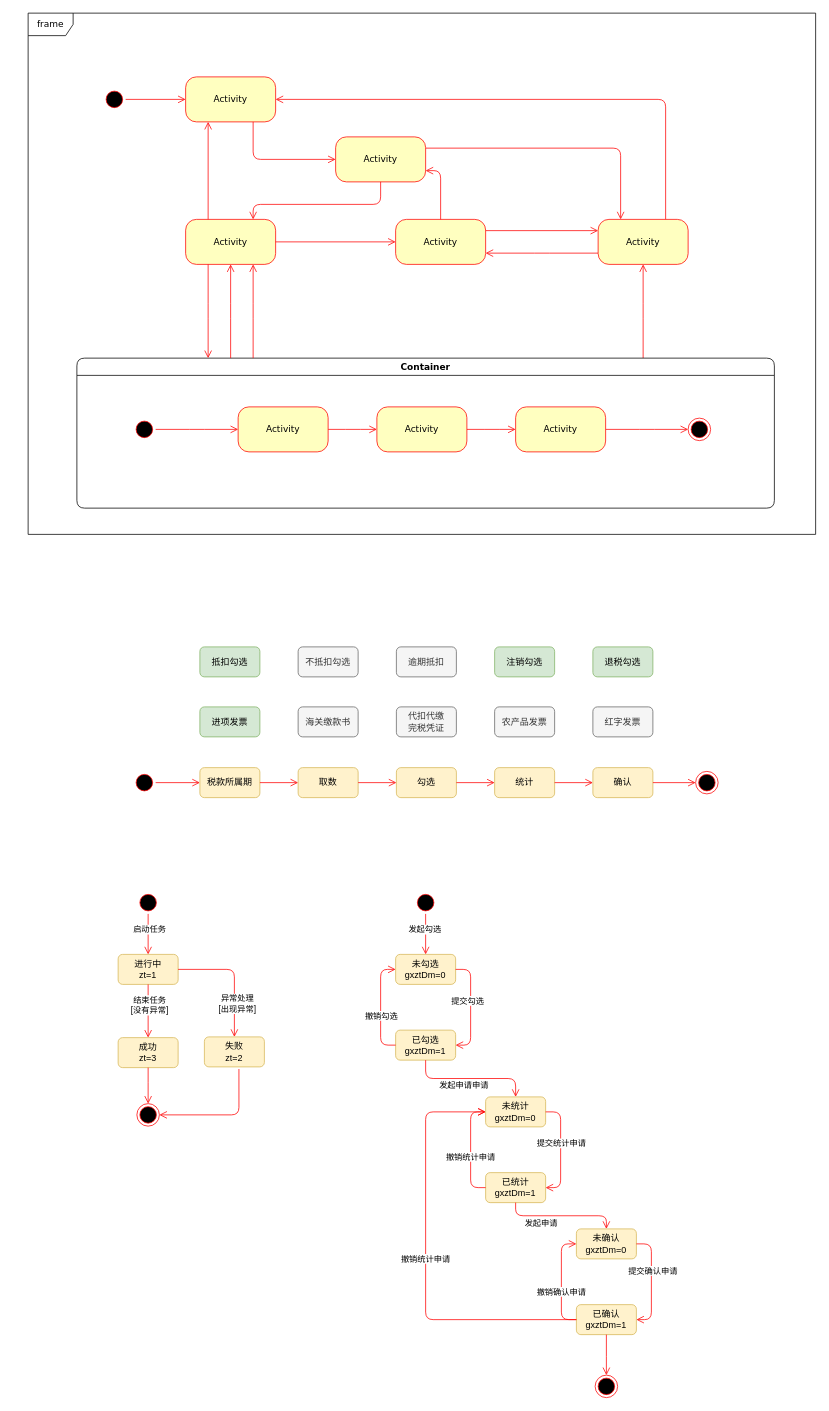
Above: 发票认证整体.drawio in xingzhihe/hello-world (draw.io), before the change. Source tidied: cells renumbered, new cells numbered last; positions are measured from the earlier drawing's top-left corner, leaving out a move shared by most shapes. Both pictures are drawn from the tidied source at 75%, with x=0, y=0 at pixel (28, 13).
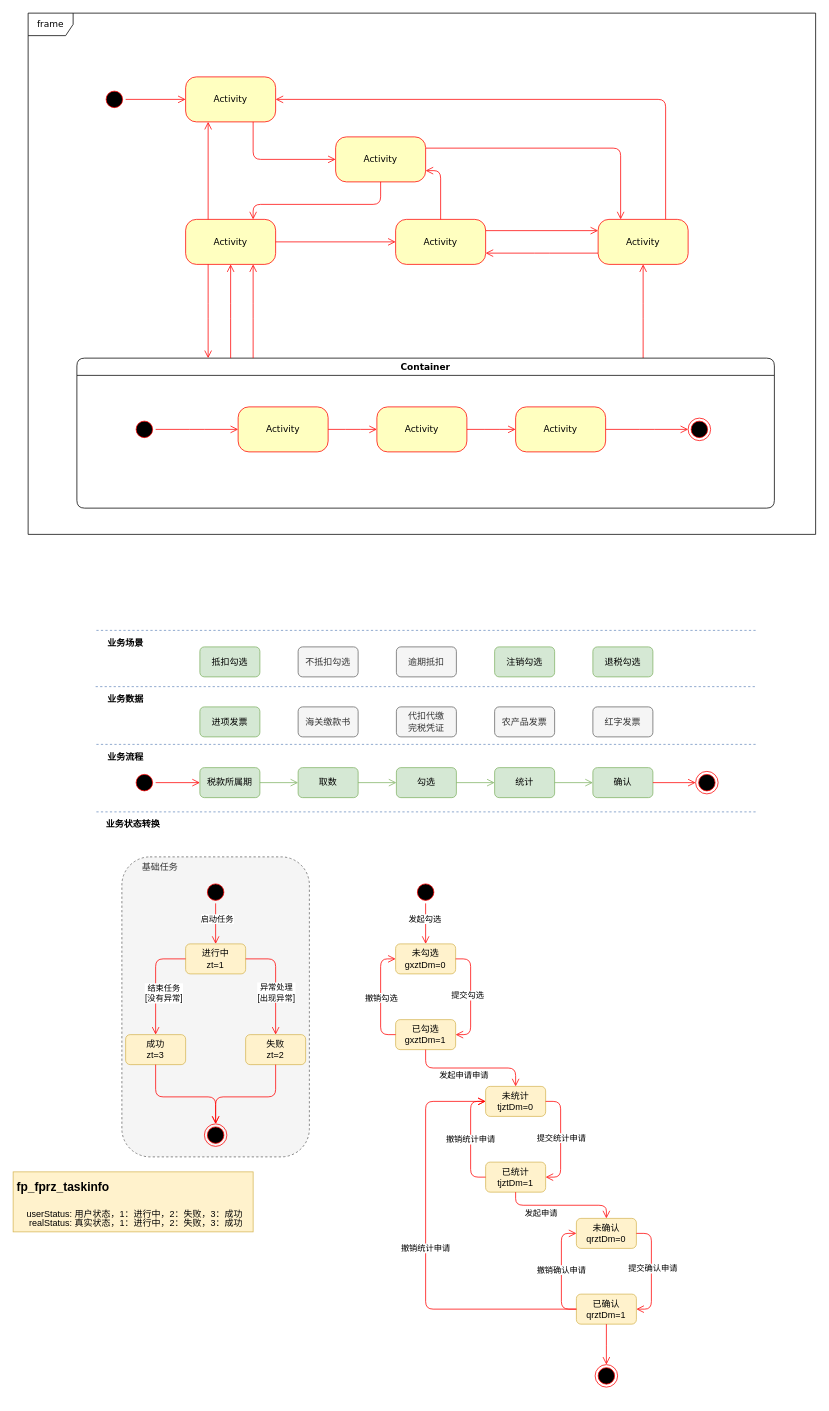
The same page after the edit.

Commit message:
更新发票认证整体.drawio

Change to the diagram source:
```diff
@@
+    <mxCell id="98" value="基础任务" style="rounded=1;whiteSpace=wrap;html=1;dashed=1;verticalAlign=top;align=left;spacingLeft=25;fillColor=#f5f5f5;strokeColor=#666666;fontColor=#333333;" parent="1" vertex="1">
+      <mxGeometry x="125" y="1125" width="250" height="400" as="geometry" />
+    </mxCell>
@@
-    <mxCell id="38" value="税款所属期" style="rounded=1;whiteSpace=wrap;html=1;fillColor=#fff2cc;strokeColor=#d6b656;" parent="1" vertex="1">
+    <mxCell id="38" value="税款所属期" style="rounded=1;whiteSpace=wrap;html=1;fillColor=#d5e8d4;strokeColor=#82b366;" parent="1" vertex="1">
       <mxGeometry x="229" y="1006" width="80" height="40" as="geometry" />
     </mxCell>
-    <mxCell id="39" value="取数" style="rounded=1;whiteSpace=wrap;html=1;fillColor=#fff2cc;strokeColor=#d6b656;" parent="1" vertex="1">
+    <mxCell id="39" value="取数" style="rounded=1;whiteSpace=wrap;html=1;fillColor=#d5e8d4;strokeColor=#82b366;" parent="1" vertex="1">
       <mxGeometry x="360" y="1006" width="80" height="40" as="geometry" />
     </mxCell>
-    <mxCell id="40" value="勾选" style="rounded=1;whiteSpace=wrap;html=1;fillColor=#fff2cc;strokeColor=#d6b656;" parent="1" vertex="1">
+    <mxCell id="40" value="勾选" style="rounded=1;whiteSpace=wrap;html=1;fillColor=#d5e8d4;strokeColor=#82b366;" parent="1" vertex="1">
       <mxGeometry x="491" y="1006" width="80" height="40" as="geometry" />
     </mxCell>
-    <mxCell id="41" value="统计" style="rounded=1;whiteSpace=wrap;html=1;fillColor=#fff2cc;strokeColor=#d6b656;" parent="1" vertex="1">
+    <mxCell id="41" value="统计" style="rounded=1;whiteSpace=wrap;html=1;fillColor=#d5e8d4;strokeColor=#82b366;" parent="1" vertex="1">
       <mxGeometry x="622" y="1006" width="80" height="40" as="geometry" />
     </mxCell>
-    <mxCell id="42" value="确认" style="rounded=1;whiteSpace=wrap;html=1;fillColor=#fff2cc;strokeColor=#d6b656;" parent="1" vertex="1">
+    <mxCell id="42" value="确认" style="rounded=1;whiteSpace=wrap;html=1;fillColor=#d5e8d4;strokeColor=#82b366;" parent="1" vertex="1">
       <mxGeometry x="753" y="1006" width="80" height="40" as="geometry" />
     </mxCell>
@@
-    <mxCell id="46" style="edgeStyle=orthogonalEdgeStyle;html=1;verticalAlign=bottom;endArrow=open;endSize=8;strokeColor=#ff0000;rounded=0;entryX=0;entryY=0.5;entryDx=0;entryDy=0;exitX=1;exitY=0.5;exitDx=0;exitDy=0;" parent="1" edge="1" source="38" target="39">
+    <mxCell id="46" style="edgeStyle=orthogonalEdgeStyle;html=1;verticalAlign=bottom;endArrow=open;endSize=8;strokeColor=#82b366;rounded=0;entryX=0;entryY=0.5;entryDx=0;entryDy=0;exitX=1;exitY=0.5;exitDx=0;exitDy=0;fillColor=#d5e8d4;" parent="1" edge="1" source="38" target="39">
       <mxGeometry relative="1" as="geometry" />
     </mxCell>
-    <mxCell id="47" style="edgeStyle=orthogonalEdgeStyle;html=1;verticalAlign=bottom;endArrow=open;endSize=8;strokeColor=#ff0000;rounded=0;entryX=0;entryY=0.5;entryDx=0;entryDy=0;exitX=1;exitY=0.5;exitDx=0;exitDy=0;" parent="1" edge="1" source="39" target="40">
+    <mxCell id="47" style="edgeStyle=orthogonalEdgeStyle;html=1;verticalAlign=bottom;endArrow=open;endSize=8;strokeColor=#82b366;rounded=0;entryX=0;entryY=0.5;entryDx=0;entryDy=0;exitX=1;exitY=0.5;exitDx=0;exitDy=0;fillColor=#d5e8d4;" parent="1" edge="1" source="39" target="40">
       <mxGeometry relative="1" as="geometry" />
     </mxCell>
-    <mxCell id="48" style="edgeStyle=orthogonalEdgeStyle;html=1;verticalAlign=bottom;endArrow=open;endSize=8;strokeColor=#ff0000;rounded=0;entryX=0;entryY=0.5;entryDx=0;entryDy=0;exitX=1;exitY=0.5;exitDx=0;exitDy=0;" parent="1" edge="1" source="40" target="41">
+    <mxCell id="48" style="edgeStyle=orthogonalEdgeStyle;html=1;verticalAlign=bottom;endArrow=open;endSize=8;strokeColor=#82b366;rounded=0;entryX=0;entryY=0.5;entryDx=0;entryDy=0;exitX=1;exitY=0.5;exitDx=0;exitDy=0;fillColor=#d5e8d4;" parent="1" edge="1" source="40" target="41">
       <mxGeometry relative="1" as="geometry" />
     </mxCell>
-    <mxCell id="49" style="edgeStyle=orthogonalEdgeStyle;html=1;verticalAlign=bottom;endArrow=open;endSize=8;strokeColor=#ff0000;rounded=0;entryX=0;entryY=0.5;entryDx=0;entryDy=0;exitX=1;exitY=0.5;exitDx=0;exitDy=0;" parent="1" edge="1" source="41" target="42">
+    <mxCell id="49" style="edgeStyle=orthogonalEdgeStyle;html=1;verticalAlign=bottom;endArrow=open;endSize=8;strokeColor=#82b366;rounded=0;entryX=0;entryY=0.5;entryDx=0;entryDy=0;exitX=1;exitY=0.5;exitDx=0;exitDy=0;fillColor=#d5e8d4;" parent="1" edge="1" source="41" target="42">
       <mxGeometry relative="1" as="geometry" />
     </mxCell>
@@
     <mxCell id="56" value="进行中&lt;br&gt;zt=1" style="rounded=1;whiteSpace=wrap;html=1;fillColor=#fff2cc;strokeColor=#d6b656;" parent="1" vertex="1">
-      <mxGeometry x="120" y="1255" width="80" height="40" as="geometry" />
+      <mxGeometry x="210" y="1241" width="80" height="40" as="geometry" />
     </mxCell>
     <mxCell id="57" value="成功&lt;br&gt;zt=3" style="rounded=1;whiteSpace=wrap;html=1;fillColor=#fff2cc;strokeColor=#d6b656;" parent="1" vertex="1">
-      <mxGeometry x="120" y="1366" width="80" height="40" as="geometry" />
+      <mxGeometry x="130" y="1362" width="80" height="40" as="geometry" />
     </mxCell>
     <mxCell id="58" value="失败&lt;br&gt;zt=2" style="rounded=1;whiteSpace=wrap;html=1;fillColor=#fff2cc;strokeColor=#d6b656;" parent="1" vertex="1">
-      <mxGeometry x="235" y="1365" width="80" height="40" as="geometry" />
+      <mxGeometry x="290" y="1362" width="80" height="40" as="geometry" />
     </mxCell>
     <mxCell id="59" style="ellipse;html=1;shape=endState;fillColor=#000000;strokeColor=#ff0000;" parent="1" vertex="1">
-      <mxGeometry x="145" y="1454" width="30" height="30" as="geometry" />
+      <mxGeometry x="235" y="1481" width="30" height="30" as="geometry" />
     </mxCell>
     <mxCell id="60" style="ellipse;html=1;shape=startState;fillColor=#000000;strokeColor=#ff0000;" parent="1" vertex="1">
-      <mxGeometry x="145" y="1171" width="30" height="30" as="geometry" />
+      <mxGeometry x="235" y="1157" width="30" height="30" as="geometry" />
     </mxCell>
@@
-    <mxCell id="63" style="edgeStyle=orthogonalEdgeStyle;html=1;verticalAlign=bottom;endArrow=open;endSize=8;strokeColor=#ff0000;rounded=0;entryX=0.5;entryY=0;entryDx=0;entryDy=0;exitX=0.5;exitY=1;exitDx=0;exitDy=0;" parent="1" edge="1" source="56" target="57">
+    <mxCell id="63" style="edgeStyle=orthogonalEdgeStyle;html=1;verticalAlign=bottom;endArrow=open;endSize=8;strokeColor=#ff0000;rounded=1;entryX=0.5;entryY=0;entryDx=0;entryDy=0;exitX=0;exitY=0.5;exitDx=0;exitDy=0;" parent="1" edge="1" source="56" target="57">
       <mxGeometry relative="1" as="geometry">
         <Array as="points">
-          <mxPoint x="160" y="1335" />
-          <mxPoint x="160" y="1335" />
+          <mxPoint x="170" y="1261" />
         </Array>
       </mxGeometry>
     </mxCell>
     <mxCell id="64" value="结束任务&lt;br&gt;[没有异常]" style="edgeLabel;html=1;align=center;verticalAlign=middle;" parent="63" vertex="1">
-      <mxGeometry x="-0.24" y="1" relative="1" as="geometry" />
+      <mxGeometry x="-0.24" y="1" relative="1" as="geometry">
+        <mxPoint x="9" y="31" as="offset" />
+      </mxGeometry>
     </mxCell>
-    <mxCell id="65" style="edgeStyle=orthogonalEdgeStyle;html=1;verticalAlign=bottom;endArrow=open;endSize=8;strokeColor=#ff0000;rounded=0;entryX=0.5;entryY=0;entryDx=0;entryDy=0;exitX=0.5;exitY=1;exitDx=0;exitDy=0;" parent="1" edge="1" source="57" target="59">
+    <mxCell id="65" style="edgeStyle=orthogonalEdgeStyle;html=1;verticalAlign=bottom;endArrow=open;endSize=8;strokeColor=#ff0000;rounded=1;entryX=0.5;entryY=0;entryDx=0;entryDy=0;exitX=0.5;exitY=1;exitDx=0;exitDy=0;" parent="1" edge="1" source="57" target="59">
       <mxGeometry relative="1" as="geometry">
         <Array as="points">
-          <mxPoint x="160" y="1426" />
-          <mxPoint x="160" y="1426" />
+          <mxPoint x="170" y="1445" />
+          <mxPoint x="250" y="1445" />
         </Array>
       </mxGeometry>
     </mxCell>
-    <mxCell id="66" style="edgeStyle=orthogonalEdgeStyle;html=1;entryX=0.5;entryY=0;labelBackgroundColor=none;endArrow=open;endSize=8;strokeColor=#ff0000;fontFamily=Verdana;fontSize=12;align=left;exitX=1;exitY=0.5;exitDx=0;exitDy=0;entryDx=0;entryDy=0;" parent="1" edge="1" source="56" target="58">
+    <mxCell id="66" style="edgeStyle=orthogonalEdgeStyle;html=1;labelBackgroundColor=none;endArrow=open;endSize=8;strokeColor=#ff0000;fontFamily=Verdana;fontSize=12;align=left;exitX=1;exitY=0.5;exitDx=0;exitDy=0;entryX=0.5;entryY=0;entryDx=0;entryDy=0;" parent="1" edge="1" source="56" target="58">
       <mxGeometry relative="1" as="geometry">
         <Array as="points">
-          <mxPoint x="275" y="1275" />
+          <mxPoint x="330" y="1261" />
         </Array>
       </mxGeometry>
     </mxCell>
     <mxCell id="67" value="异常处理&lt;br&gt;[出现异常]" style="edgeLabel;html=1;align=center;verticalAlign=middle;" parent="66" vertex="1">
-      <mxGeometry x="0.45" y="3" relative="1" as="geometry" />
+      <mxGeometry x="0.45" y="3" relative="1" as="geometry">
+        <mxPoint x="-3" y="-18" as="offset" />
+      </mxGeometry>
     </mxCell>
-    <mxCell id="68" style="edgeStyle=orthogonalEdgeStyle;html=1;verticalAlign=bottom;endArrow=open;endSize=8;strokeColor=#ff0000;rounded=1;entryX=1;entryY=0.5;entryDx=0;entryDy=0;exitX=0.576;exitY=1.07;exitDx=0;exitDy=0;exitPerimeter=0;" parent="1" edge="1" source="58" target="59">
+    <mxCell id="68" style="edgeStyle=orthogonalEdgeStyle;html=1;verticalAlign=bottom;endArrow=open;endSize=8;strokeColor=#ff0000;rounded=1;entryX=0.5;entryY=0;entryDx=0;entryDy=0;exitX=0.5;exitY=1;exitDx=0;exitDy=0;" parent="1" edge="1" source="58" target="59">
       <mxGeometry relative="1" as="geometry">
         <Array as="points">
-          <mxPoint x="281" y="1469" />
+          <mxPoint x="330" y="1445" />
+          <mxPoint x="250" y="1445" />
         </Array>
       </mxGeometry>
     </mxCell>
     <mxCell id="69" value="未勾选&lt;br&gt;gxztDm=0" style="rounded=1;whiteSpace=wrap;html=1;fillColor=#fff2cc;strokeColor=#d6b656;" parent="1" vertex="1">
-      <mxGeometry x="490" y="1255" width="80" height="40" as="geometry" />
+      <mxGeometry x="490" y="1241" width="80" height="40" as="geometry" />
     </mxCell>
     <mxCell id="70" value="已勾选&lt;br&gt;gxztDm=1" style="rounded=1;whiteSpace=wrap;html=1;fillColor=#fff2cc;strokeColor=#d6b656;" parent="1" vertex="1">
-      <mxGeometry x="490" y="1356" width="80" height="40" as="geometry" />
+      <mxGeometry x="490" y="1342" width="80" height="40" as="geometry" />
     </mxCell>
     <mxCell id="71" style="ellipse;html=1;shape=startState;fillColor=#000000;strokeColor=#ff0000;" parent="1" vertex="1">
-      <mxGeometry x="515" y="1171" width="30" height="30" as="geometry" />
+      <mxGeometry x="515" y="1157" width="30" height="30" as="geometry" />
     </mxCell>
@@
     <mxCell id="74" style="edgeStyle=orthogonalEdgeStyle;html=1;verticalAlign=bottom;endArrow=open;endSize=8;strokeColor=#ff0000;rounded=1;entryX=1;entryY=0.5;entryDx=0;entryDy=0;exitX=1;exitY=0.5;exitDx=0;exitDy=0;" parent="1" edge="1" source="69" target="70">
       <mxGeometry relative="1" as="geometry">
         <Array as="points">
-          <mxPoint x="590" y="1275" />
-          <mxPoint x="590" y="1376" />
+          <mxPoint x="590" y="1261" />
+          <mxPoint x="590" y="1362" />
         </Array>
       </mxGeometry>
     </mxCell>
     <mxCell id="75" value="提交勾选" style="edgeLabel;html=1;align=center;verticalAlign=middle;" parent="74" vertex="1">
       <mxGeometry x="0.06" y="1" relative="1" as="geometry">
-        <mxPoint x="-6" y="-14" as="offset" />
+        <mxPoint x="-6" y="-7" as="offset" />
       </mxGeometry>
     </mxCell>
     <mxCell id="76" style="edgeStyle=orthogonalEdgeStyle;html=1;verticalAlign=bottom;endArrow=open;endSize=8;strokeColor=#ff0000;rounded=1;entryX=0;entryY=0.5;entryDx=0;entryDy=0;exitX=0;exitY=0.5;exitDx=0;exitDy=0;" parent="1" edge="1" source="70" target="69">
       <mxGeometry relative="1" as="geometry">
         <Array as="points">
-          <mxPoint x="470" y="1376" />
-          <mxPoint x="470" y="1275" />
+          <mxPoint x="470" y="1362" />
+          <mxPoint x="470" y="1261" />
         </Array>
       </mxGeometry>
     </mxCell>
     <mxCell id="77" value="撤销勾选" style="edgeLabel;html=1;align=center;verticalAlign=middle;" parent="76" vertex="1">
       <mxGeometry x="0.06" y="1" relative="1" as="geometry">
-        <mxPoint x="1" y="15" as="offset" />
+        <mxPoint x="1" y="5" as="offset" />
       </mxGeometry>
     </mxCell>
-    <mxCell id="78" value="未统计&lt;br&gt;gxztDm=0" style="rounded=1;whiteSpace=wrap;html=1;fillColor=#fff2cc;strokeColor=#d6b656;" parent="1" vertex="1">
-      <mxGeometry x="610" y="1445" width="80" height="40" as="geometry" />
+    <mxCell id="78" value="未统计&lt;br&gt;tjztDm=0" style="rounded=1;whiteSpace=wrap;html=1;fillColor=#fff2cc;strokeColor=#d6b656;" parent="1" vertex="1">
+      <mxGeometry x="610" y="1431" width="80" height="40" as="geometry" />
     </mxCell>
-    <mxCell id="79" value="已统计&lt;br&gt;gxztDm=1" style="rounded=1;whiteSpace=wrap;html=1;fillColor=#fff2cc;strokeColor=#d6b656;" parent="1" vertex="1">
-      <mxGeometry x="610" y="1546" width="80" height="40" as="geometry" />
+    <mxCell id="79" value="已统计&lt;br&gt;tjztDm=1" style="rounded=1;whiteSpace=wrap;html=1;fillColor=#fff2cc;strokeColor=#d6b656;" parent="1" vertex="1">
+      <mxGeometry x="610" y="1532" width="80" height="40" as="geometry" />
     </mxCell>
@@
     <mxCell id="82" style="edgeStyle=orthogonalEdgeStyle;html=1;verticalAlign=bottom;endArrow=open;endSize=8;strokeColor=#ff0000;rounded=1;exitX=0;exitY=0.5;exitDx=0;exitDy=0;entryX=0;entryY=0.5;entryDx=0;entryDy=0;" parent="1" edge="1" source="79" target="78">
       <mxGeometry relative="1" as="geometry">
         <Array as="points">
-          <mxPoint x="590" y="1566" />
-          <mxPoint x="590" y="1465" />
+          <mxPoint x="590" y="1552" />
+          <mxPoint x="590" y="1451" />
         </Array>
       </mxGeometry>
     </mxCell>
     <mxCell id="83" value="撤销统计申请" style="edgeLabel;html=1;align=center;verticalAlign=middle;" parent="82" vertex="1">
       <mxGeometry x="0.06" y="1" relative="1" as="geometry">
-        <mxPoint y="13" as="offset" />
+        <mxPoint y="4" as="offset" />
       </mxGeometry>
     </mxCell>
     <mxCell id="84" style="edgeStyle=orthogonalEdgeStyle;html=1;verticalAlign=bottom;endArrow=open;endSize=8;strokeColor=#ff0000;rounded=1;entryX=1;entryY=0.5;entryDx=0;entryDy=0;exitX=1;exitY=0.5;exitDx=0;exitDy=0;" parent="1" edge="1" source="78" target="79">
       <mxGeometry relative="1" as="geometry">
         <Array as="points">
-          <mxPoint x="710" y="1465" />
-          <mxPoint x="710" y="1566" />
+          <mxPoint x="710" y="1451" />
+          <mxPoint x="710" y="1552" />
         </Array>
       </mxGeometry>
     </mxCell>
     <mxCell id="85" value="提交统计申请" style="edgeLabel;html=1;align=center;verticalAlign=middle;" parent="84" vertex="1">
       <mxGeometry x="0.06" y="1" relative="1" as="geometry">
-        <mxPoint x="-1" y="-14" as="offset" />
+        <mxPoint x="-1" y="-7" as="offset" />
       </mxGeometry>
     </mxCell>
-    <mxCell id="86" value="未确认&lt;br&gt;gxztDm=0" style="rounded=1;whiteSpace=wrap;html=1;fillColor=#fff2cc;strokeColor=#d6b656;" parent="1" vertex="1">
-      <mxGeometry x="731" y="1621" width="80" height="40" as="geometry" />
+    <mxCell id="86" value="未确认&lt;br&gt;qrztDm=0" style="rounded=1;whiteSpace=wrap;html=1;fillColor=#fff2cc;strokeColor=#d6b656;" parent="1" vertex="1">
+      <mxGeometry x="731" y="1607" width="80" height="40" as="geometry" />
     </mxCell>
-    <mxCell id="87" value="已确认&lt;br&gt;gxztDm=1" style="rounded=1;whiteSpace=wrap;html=1;fillColor=#fff2cc;strokeColor=#d6b656;" parent="1" vertex="1">
-      <mxGeometry x="731" y="1722" width="80" height="40" as="geometry" />
+    <mxCell id="87" value="已确认&lt;br&gt;qrztDm=1" style="rounded=1;whiteSpace=wrap;html=1;fillColor=#fff2cc;strokeColor=#d6b656;" parent="1" vertex="1">
+      <mxGeometry x="731" y="1708" width="80" height="40" as="geometry" />
     </mxCell>
     <mxCell id="88" style="ellipse;html=1;shape=endState;fillColor=#000000;strokeColor=#ff0000;" parent="1" vertex="1">
-      <mxGeometry x="756" y="1816" width="30" height="30" as="geometry" />
+      <mxGeometry x="756" y="1802" width="30" height="30" as="geometry" />
     </mxCell>
@@
     <mxCell id="91" style="edgeStyle=orthogonalEdgeStyle;html=1;verticalAlign=bottom;endArrow=open;endSize=8;strokeColor=#ff0000;rounded=1;exitX=0;exitY=0.5;exitDx=0;exitDy=0;entryX=0;entryY=0.5;entryDx=0;entryDy=0;" parent="1" edge="1" source="87" target="86">
       <mxGeometry relative="1" as="geometry">
         <Array as="points">
-          <mxPoint x="711" y="1742" />
-          <mxPoint x="711" y="1641" />
+          <mxPoint x="711" y="1728" />
+          <mxPoint x="711" y="1627" />
         </Array>
       </mxGeometry>
     </mxCell>
     <mxCell id="92" value="撤销确认申请" style="edgeLabel;html=1;align=center;verticalAlign=middle;" parent="91" vertex="1">
       <mxGeometry x="0.06" y="1" relative="1" as="geometry">
-        <mxPoint y="17" as="offset" />
+        <mxPoint y="2" as="offset" />
       </mxGeometry>
     </mxCell>
     <mxCell id="93" style="edgeStyle=orthogonalEdgeStyle;html=1;verticalAlign=bottom;endArrow=open;endSize=8;strokeColor=#ff0000;rounded=0;entryX=0.5;entryY=0;entryDx=0;entryDy=0;exitX=0.5;exitY=1;exitDx=0;exitDy=0;" parent="1" edge="1" source="87" target="88">
       <mxGeometry relative="1" as="geometry">
         <Array as="points">
-          <mxPoint x="771" y="1791" />
-          <mxPoint x="771" y="1791" />
+          <mxPoint x="771" y="1777" />
+          <mxPoint x="771" y="1777" />
         </Array>
       </mxGeometry>
     </mxCell>
     <mxCell id="94" style="edgeStyle=orthogonalEdgeStyle;html=1;verticalAlign=bottom;endArrow=open;endSize=8;strokeColor=#ff0000;rounded=1;entryX=1;entryY=0.5;entryDx=0;entryDy=0;exitX=1;exitY=0.5;exitDx=0;exitDy=0;" parent="1" edge="1" source="86" target="87">
       <mxGeometry relative="1" as="geometry">
         <Array as="points">
-          <mxPoint x="831" y="1641" />
-          <mxPoint x="831" y="1742" />
+          <mxPoint x="831" y="1627" />
+          <mxPoint x="831" y="1728" />
         </Array>
       </mxGeometry>
     </mxCell>
     <mxCell id="95" value="提交确认申请" style="edgeLabel;html=1;align=center;verticalAlign=middle;" parent="94" vertex="1">
       <mxGeometry x="0.06" y="1" relative="1" as="geometry">
-        <mxPoint y="-20" as="offset" />
+        <mxPoint y="-9" as="offset" />
       </mxGeometry>
     </mxCell>
     <mxCell id="96" style="edgeStyle=orthogonalEdgeStyle;html=1;verticalAlign=bottom;endArrow=open;endSize=8;strokeColor=#ff0000;rounded=1;exitX=0;exitY=0.5;exitDx=0;exitDy=0;entryX=0;entryY=0.5;entryDx=0;entryDy=0;" parent="1" edge="1" source="87" target="78">
       <mxGeometry relative="1" as="geometry">
         <Array as="points">
-          <mxPoint x="530" y="1742" />
-          <mxPoint x="530" y="1465" />
+          <mxPoint x="530" y="1728" />
+          <mxPoint x="530" y="1451" />
         </Array>
       </mxGeometry>
     </mxCell>
@@
+    <mxCell id="99" style="endArrow=none;dashed=1;html=1;rounded=0;fillColor=#dae8fc;strokeColor=#6c8ebf;" parent="1" edge="1">
+      <mxGeometry relative="1" as="geometry">
+        <mxPoint x="90" y="898" as="sourcePoint" />
+        <mxPoint x="970" y="898" as="targetPoint" />
+      </mxGeometry>
+    </mxCell>
+    <mxCell id="100" style="endArrow=none;dashed=1;html=1;rounded=0;fillColor=#dae8fc;strokeColor=#6c8ebf;" parent="1" edge="1">
+      <mxGeometry relative="1" as="geometry">
+        <mxPoint x="91" y="975" as="sourcePoint" />
+        <mxPoint x="971" y="975" as="targetPoint" />
+      </mxGeometry>
+    </mxCell>
+    <mxCell id="101" style="endArrow=none;dashed=1;html=1;rounded=0;fillColor=#dae8fc;strokeColor=#6c8ebf;" parent="1" edge="1">
+      <mxGeometry relative="1" as="geometry">
+        <mxPoint x="91" y="1065" as="sourcePoint" />
+        <mxPoint x="971" y="1065" as="targetPoint" />
+      </mxGeometry>
+    </mxCell>
+    <mxCell id="102" value="业务场景" style="text;html=1;align=center;verticalAlign=middle;whiteSpace=wrap;rounded=0;fontStyle=1;" parent="1" vertex="1">
+      <mxGeometry x="100" y="825" width="60" height="30" as="geometry" />
+    </mxCell>
+    <mxCell id="103" value="业务数据" style="text;html=1;strokeColor=none;fillColor=none;align=center;verticalAlign=middle;whiteSpace=wrap;rounded=0;fontStyle=1;" parent="1" vertex="1">
+      <mxGeometry x="100" y="900" width="60" height="30" as="geometry" />
+    </mxCell>
+    <mxCell id="104" value="业务流程" style="text;html=1;strokeColor=none;fillColor=none;align=center;verticalAlign=middle;whiteSpace=wrap;rounded=0;fontStyle=1;" parent="1" vertex="1">
+      <mxGeometry x="100" y="977" width="60" height="30" as="geometry" />
+    </mxCell>
+    <mxCell id="105" style="endArrow=none;dashed=1;html=1;rounded=0;fillColor=#dae8fc;strokeColor=#6c8ebf;" parent="1" edge="1">
+      <mxGeometry relative="1" as="geometry">
+        <mxPoint x="91" y="823" as="sourcePoint" />
+        <mxPoint x="971" y="823" as="targetPoint" />
+      </mxGeometry>
+    </mxCell>
+    <mxCell id="106" value="业务状态转换" style="text;html=1;strokeColor=none;fillColor=none;align=center;verticalAlign=middle;whiteSpace=wrap;rounded=0;fontStyle=1;" parent="1" vertex="1">
+      <mxGeometry x="100" y="1067" width="80" height="30" as="geometry" />
+    </mxCell>
+    <mxCell id="107" value="&lt;h1 style=&quot;line-height: 100%;&quot;&gt;&lt;b style=&quot;background-color: initial; font-size: 12px;&quot;&gt;&lt;font style=&quot;font-size: 16px;&quot;&gt;fp_fprz_taskinfo&lt;/font&gt;&lt;/b&gt;&lt;br&gt;&lt;/h1&gt;&lt;p style=&quot;line-height: 100%;&quot;&gt;&amp;nbsp; &amp;nbsp; userStatus:&amp;nbsp;用户状态，1：进行中，2：失败，3：成功&lt;br&gt;&amp;nbsp; &amp;nbsp; &amp;nbsp;realStatus: 真实状态，1：进行中，2：失败，3：成功&lt;/p&gt;" style="text;html=1;strokeColor=#d6b656;fillColor=#fff2cc;spacing=5;spacingTop=-20;whiteSpace=wrap;overflow=hidden;rounded=0;" parent="1" vertex="1">
+      <mxGeometry x="-20" y="1545" width="320" height="80" as="geometry" />
+    </mxCell>
```
